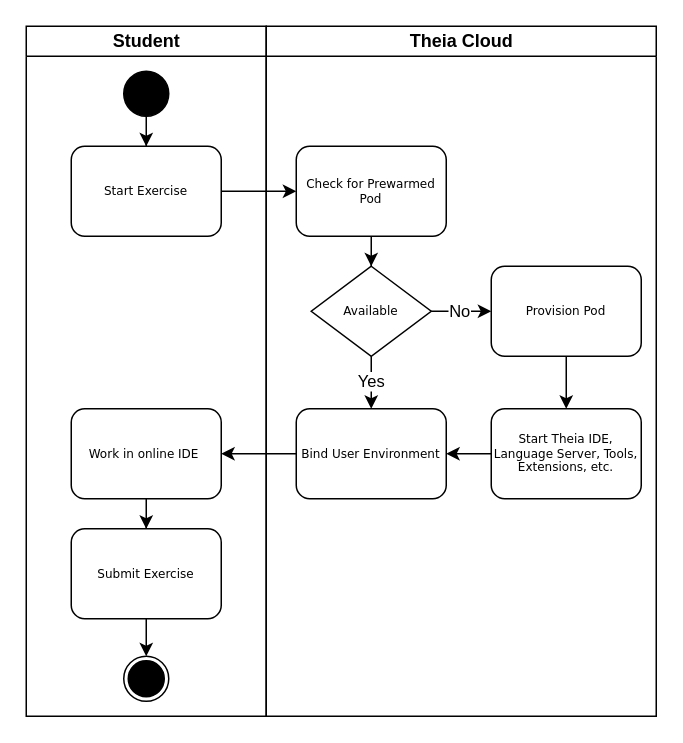
This is figures/activity-diagram.drawio from lukaskratzel/ba, a draw.io file, before an edit. Source tidied: cells renumbered, new cells numbered last; positions are measured from the earlier drawing's top-left corner, leaving out a move shared by most shapes. Both pictures are drawn from the tidied source at 150%, with x=0, y=0 at pixel (26, 26).
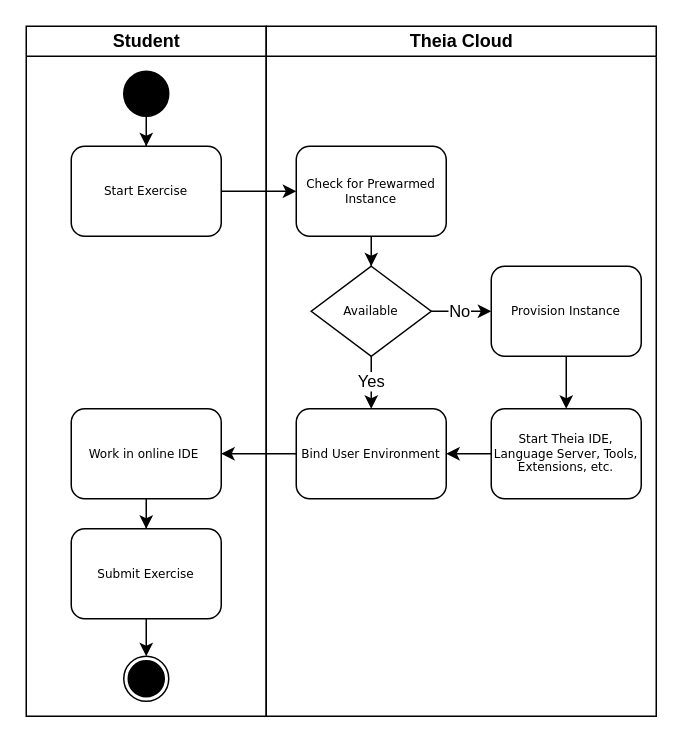
Above is the later version.

Unchanged cells that the change refers to:
```xml
<mxCell id="11" value="Theia Cloud" style="swimlane;html=1;startSize=20;" parent="1" vertex="1">
  <mxGeometry x="160" width="260" height="460" as="geometry" />
</mxCell>
```

What changed in the source:
```diff
@@
-    <mxCell id="16" value="Check for Prewarmed Pod" style="rounded=1;whiteSpace=wrap;html=1;shadow=0;labelBackgroundColor=none;strokeWidth=1;fontFamily=Verdana;fontSize=8;align=center;" parent="11" vertex="1">
+    <mxCell id="16" value="Check for Prewarmed Instance" style="rounded=1;whiteSpace=wrap;html=1;shadow=0;labelBackgroundColor=none;strokeWidth=1;fontFamily=Verdana;fontSize=8;align=center;" parent="11" vertex="1">
       <mxGeometry x="20" y="80" width="100" height="60" as="geometry" />
     </mxCell>
@@
-    <mxCell id="23" value="Provision Pod" style="rounded=1;whiteSpace=wrap;html=1;shadow=0;labelBackgroundColor=none;strokeWidth=1;fontFamily=Verdana;fontSize=8;align=center;" parent="11" vertex="1">
+    <mxCell id="23" value="Provision Instance" style="rounded=1;whiteSpace=wrap;html=1;shadow=0;labelBackgroundColor=none;strokeWidth=1;fontFamily=Verdana;fontSize=8;align=center;" parent="11" vertex="1">
       <mxGeometry x="150" y="160" width="100" height="60" as="geometry" />
     </mxCell>
```
